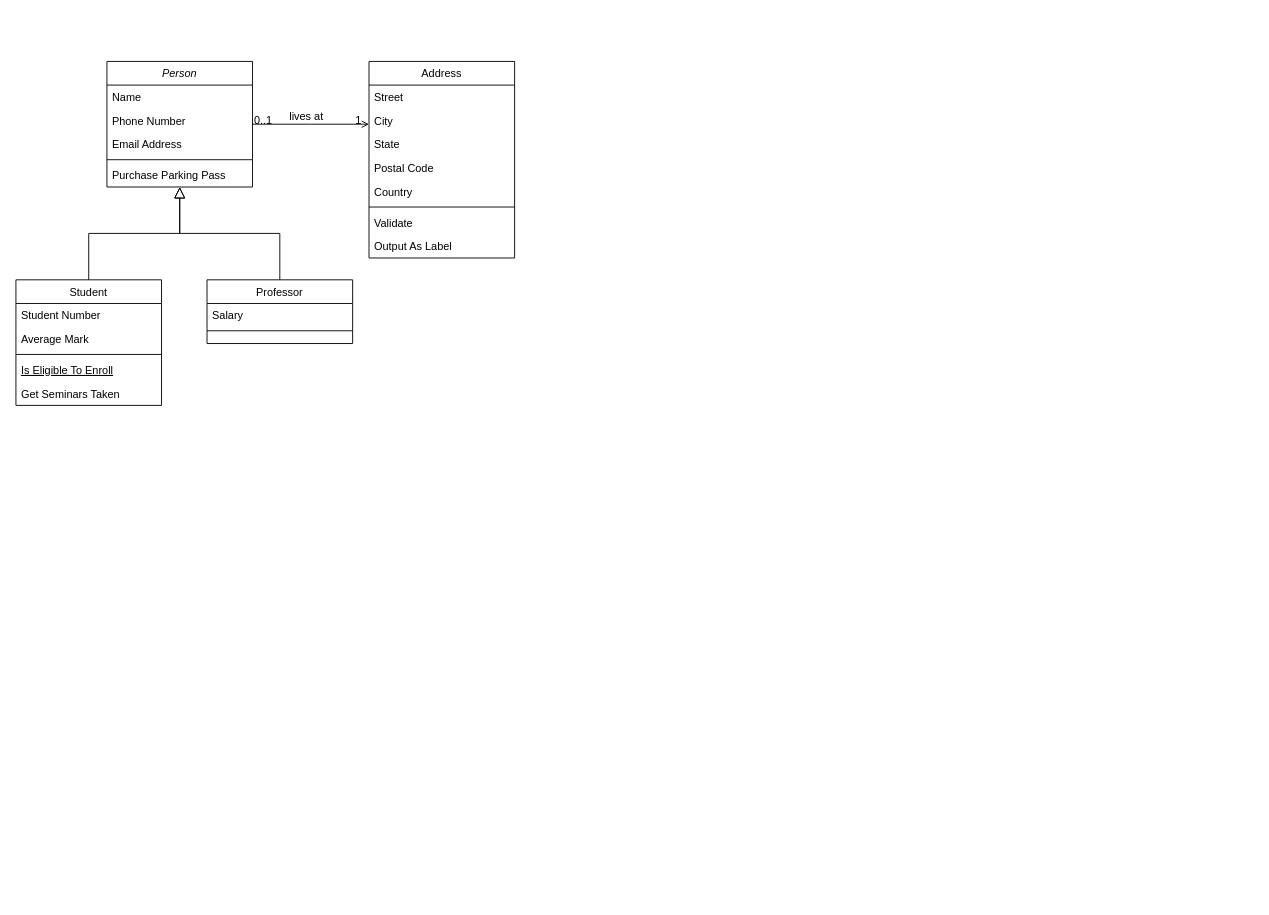
This is interface.drawio from thomaskrut/thomaskrut, a draw.io file, before an edit. Source tidied: cells renumbered, new cells numbered last; positions are measured from the earlier drawing's top-left corner, leaving out a move shared by most shapes. Both pictures are drawn from the tidied source at 91%, with x=0, y=0 at pixel (15, 61).
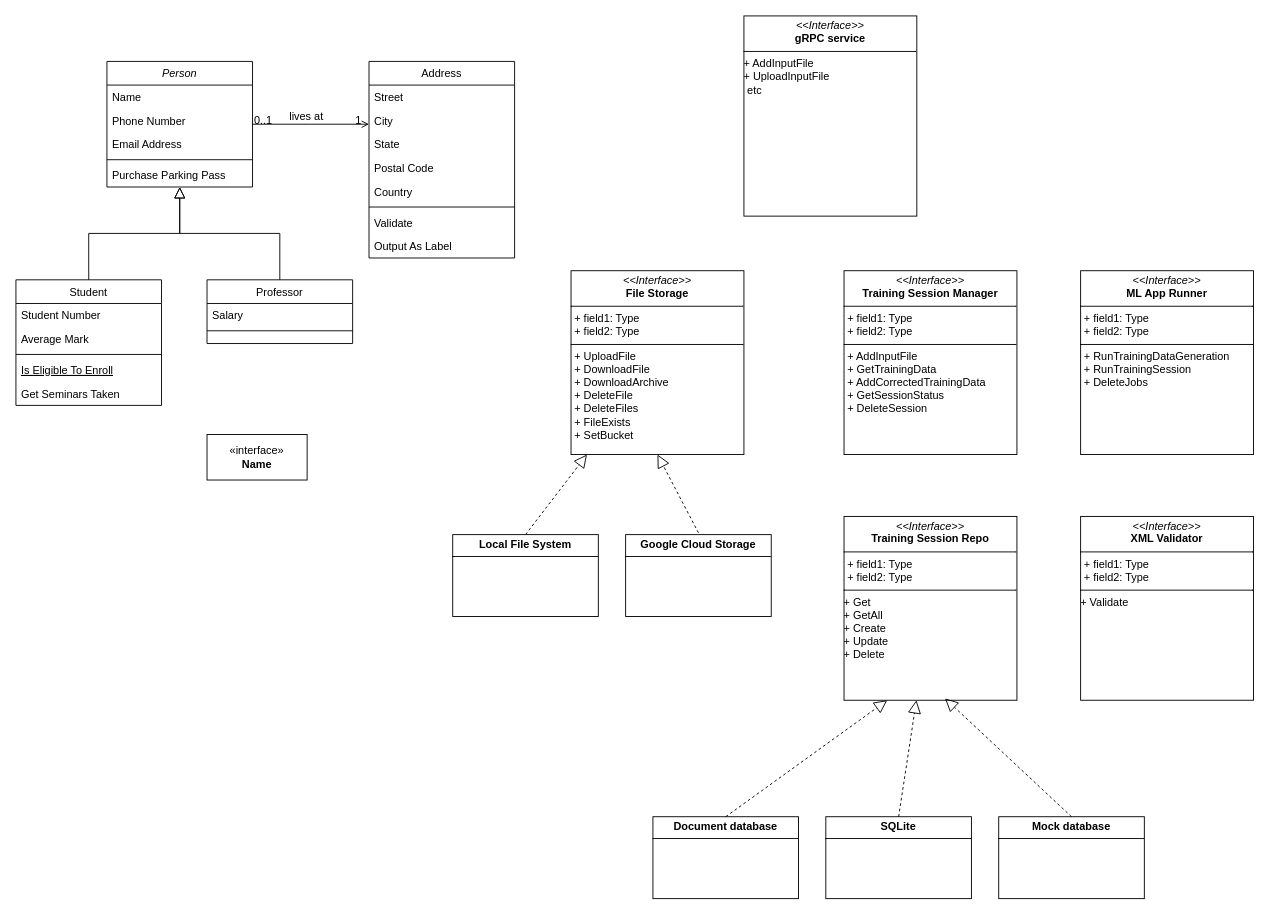
The same diagram, later.

What changed in the source:
```diff
@@
+    <mxCell id="32" value="&amp;laquo;interface&amp;raquo;&lt;br&gt;&lt;b&gt;Name&lt;/b&gt;" style="html=1;whiteSpace=wrap;" parent="1" vertex="1">
+      <mxGeometry x="210" y="410" width="110" height="50" as="geometry" />
+    </mxCell>
+    <mxCell id="33" value="&lt;p style=&quot;margin:0px;margin-top:4px;text-align:center;&quot;&gt;&lt;i&gt;&amp;lt;&amp;lt;Interface&amp;gt;&amp;gt;&lt;/i&gt;&lt;br&gt;&lt;b&gt;gRPC service&lt;/b&gt;&lt;br&gt;&lt;/p&gt;&lt;hr size=&quot;1&quot; style=&quot;border-style:solid;&quot;&gt;&lt;div&gt;+ AddInputFile&lt;/div&gt;&lt;div&gt;+ UploadInputFile&lt;/div&gt;&lt;p style=&quot;margin:0px;margin-left:4px;&quot;&gt;etc&lt;br&gt;&lt;/p&gt;" style="verticalAlign=top;align=left;overflow=fill;html=1;whiteSpace=wrap;" parent="1" vertex="1">
+      <mxGeometry x="800" y="-50" width="190" height="220" as="geometry" />
+    </mxCell>
+    <mxCell id="34" value="&lt;p style=&quot;margin:0px;margin-top:4px;text-align:center;&quot;&gt;&lt;i&gt;&amp;lt;&amp;lt;Interface&amp;gt;&amp;gt;&lt;/i&gt;&lt;br&gt;&lt;b&gt;File Storage&lt;/b&gt;&lt;br&gt;&lt;/p&gt;&lt;hr size=&quot;1&quot; style=&quot;border-style:solid;&quot;&gt;&lt;p style=&quot;margin:0px;margin-left:4px;&quot;&gt;+ field1: Type&lt;br&gt;+ field2: Type&lt;/p&gt;&lt;hr size=&quot;1&quot; style=&quot;border-style:solid;&quot;&gt;&lt;p style=&quot;margin:0px;margin-left:4px;&quot;&gt;+ UploadFile&lt;/p&gt;&lt;p style=&quot;margin:0px;margin-left:4px;&quot;&gt;+ DownloadFile&lt;/p&gt;&lt;p style=&quot;margin:0px;margin-left:4px;&quot;&gt;+ DownloadArchive&lt;/p&gt;&lt;p style=&quot;margin:0px;margin-left:4px;&quot;&gt;+ DeleteFile&lt;/p&gt;&lt;p style=&quot;margin:0px;margin-left:4px;&quot;&gt;+ DeleteFiles&lt;/p&gt;&lt;p style=&quot;margin:0px;margin-left:4px;&quot;&gt;+ FileExists&lt;/p&gt;&lt;p style=&quot;margin:0px;margin-left:4px;&quot;&gt;+ SetBucket&lt;br&gt;&lt;/p&gt;" style="verticalAlign=top;align=left;overflow=fill;html=1;whiteSpace=wrap;" parent="1" vertex="1">
+      <mxGeometry x="610" y="230" width="190" height="202" as="geometry" />
+    </mxCell>
+    <mxCell id="35" value="&lt;p style=&quot;margin:0px;margin-top:4px;text-align:center;&quot;&gt;&lt;i&gt;&amp;lt;&amp;lt;Interface&amp;gt;&amp;gt;&lt;/i&gt;&lt;br&gt;&lt;b&gt;Training Session Manager&lt;/b&gt;&lt;br&gt;&lt;/p&gt;&lt;hr size=&quot;1&quot; style=&quot;border-style:solid;&quot;&gt;&lt;p style=&quot;margin:0px;margin-left:4px;&quot;&gt;+ field1: Type&lt;br&gt;+ field2: Type&lt;/p&gt;&lt;hr size=&quot;1&quot; style=&quot;border-style:solid;&quot;&gt;&lt;p style=&quot;margin:0px;margin-left:4px;&quot;&gt;+ AddInputFile&lt;/p&gt;&lt;p style=&quot;margin:0px;margin-left:4px;&quot;&gt;+ GetTrainingData&lt;/p&gt;&lt;p style=&quot;margin:0px;margin-left:4px;&quot;&gt;+ AddCorrectedTrainingData&lt;/p&gt;&lt;p style=&quot;margin:0px;margin-left:4px;&quot;&gt;+ GetSessionStatus&lt;/p&gt;&lt;p style=&quot;margin:0px;margin-left:4px;&quot;&gt;+ DeleteSession&lt;br&gt;&lt;/p&gt;" style="verticalAlign=top;align=left;overflow=fill;html=1;whiteSpace=wrap;" parent="1" vertex="1">
+      <mxGeometry x="910" y="230" width="190" height="202" as="geometry" />
+    </mxCell>
+    <mxCell id="36" value="&lt;p style=&quot;margin:0px;margin-top:4px;text-align:center;&quot;&gt;&lt;i&gt;&amp;lt;&amp;lt;Interface&amp;gt;&amp;gt;&lt;/i&gt;&lt;br&gt;&lt;b&gt;ML App Runner&lt;/b&gt;&lt;br&gt;&lt;/p&gt;&lt;hr size=&quot;1&quot; style=&quot;border-style:solid;&quot;&gt;&lt;p style=&quot;margin:0px;margin-left:4px;&quot;&gt;+ field1: Type&lt;br&gt;+ field2: Type&lt;/p&gt;&lt;hr size=&quot;1&quot; style=&quot;border-style:solid;&quot;&gt;&lt;p style=&quot;margin:0px;margin-left:4px;&quot;&gt;+ RunTrainingDataGeneration&lt;/p&gt;&lt;p style=&quot;margin:0px;margin-left:4px;&quot;&gt;+ RunTrainingSession&lt;/p&gt;&lt;p style=&quot;margin:0px;margin-left:4px;&quot;&gt;+ DeleteJobs&lt;br&gt;&lt;/p&gt;" style="verticalAlign=top;align=left;overflow=fill;html=1;whiteSpace=wrap;" parent="1" vertex="1">
+      <mxGeometry x="1170" y="230" width="190" height="202" as="geometry" />
+    </mxCell>
+    <mxCell id="37" value="&lt;p style=&quot;margin:0px;margin-top:4px;text-align:center;&quot;&gt;&lt;i&gt;&amp;lt;&amp;lt;Interface&amp;gt;&amp;gt;&lt;/i&gt;&lt;br&gt;&lt;b&gt;Training Session Repo&lt;/b&gt;&lt;br&gt;&lt;/p&gt;&lt;hr size=&quot;1&quot; style=&quot;border-style:solid;&quot;&gt;&lt;p style=&quot;margin:0px;margin-left:4px;&quot;&gt;+ field1: Type&lt;br&gt;+ field2: Type&lt;/p&gt;&lt;hr size=&quot;1&quot; style=&quot;border-style:solid;&quot;&gt;&lt;div&gt;+ Get&lt;/div&gt;&lt;div&gt;+ GetAll&lt;/div&gt;&lt;div&gt;+ Create&lt;/div&gt;&lt;div&gt;+ Update&lt;/div&gt;&lt;div&gt;+ Delete&lt;br&gt;&lt;/div&gt;" style="verticalAlign=top;align=left;overflow=fill;html=1;whiteSpace=wrap;" parent="1" vertex="1">
+      <mxGeometry x="910" y="500" width="190" height="202" as="geometry" />
+    </mxCell>
+    <mxCell id="38" value="&lt;p style=&quot;margin:0px;margin-top:4px;text-align:center;&quot;&gt;&lt;i&gt;&amp;lt;&amp;lt;Interface&amp;gt;&amp;gt;&lt;/i&gt;&lt;br&gt;&lt;b&gt;XML Validator&lt;/b&gt;&lt;br&gt;&lt;/p&gt;&lt;hr size=&quot;1&quot; style=&quot;border-style:solid;&quot;&gt;&lt;p style=&quot;margin:0px;margin-left:4px;&quot;&gt;+ field1: Type&lt;br&gt;+ field2: Type&lt;/p&gt;&lt;hr size=&quot;1&quot; style=&quot;border-style:solid;&quot;&gt;+ Validate" style="verticalAlign=top;align=left;overflow=fill;html=1;whiteSpace=wrap;" parent="1" vertex="1">
+      <mxGeometry x="1170" y="500" width="190" height="202" as="geometry" />
+    </mxCell>
+    <mxCell id="39" style="endArrow=block;dashed=1;endFill=0;endSize=12;html=1;rounded=0;exitX=0.5;exitY=0;exitDx=0;exitDy=0;" parent="1" edge="1" source="40" target="34">
+      <mxGeometry relative="1" as="geometry" />
+    </mxCell>
+    <mxCell id="40" value="&lt;p style=&quot;margin:0px;margin-top:4px;text-align:center;&quot;&gt;&lt;b&gt;Local File System&lt;br&gt;&lt;/b&gt;&lt;/p&gt;&lt;hr size=&quot;1&quot; style=&quot;border-style:solid;&quot;&gt;" style="verticalAlign=top;align=left;overflow=fill;html=1;whiteSpace=wrap;" parent="1" vertex="1">
+      <mxGeometry x="480" y="520" width="160" height="90" as="geometry" />
+    </mxCell>
+    <mxCell id="41" value="&lt;p style=&quot;margin:0px;margin-top:4px;text-align:center;&quot;&gt;&lt;b&gt;Google Cloud Storage&lt;br&gt;&lt;/b&gt;&lt;/p&gt;&lt;hr size=&quot;1&quot; style=&quot;border-style:solid;&quot;&gt;" style="verticalAlign=top;align=left;overflow=fill;html=1;whiteSpace=wrap;" parent="1" vertex="1">
+      <mxGeometry x="670" y="520" width="160" height="90" as="geometry" />
+    </mxCell>
+    <mxCell id="42" style="endArrow=block;dashed=1;endFill=0;endSize=12;html=1;rounded=0;exitX=0.5;exitY=0;exitDx=0;exitDy=0;entryX=0.5;entryY=1;entryDx=0;entryDy=0;" parent="1" edge="1" target="34">
+      <mxGeometry relative="1" as="geometry">
+        <mxPoint x="750" y="518" as="sourcePoint" />
+      </mxGeometry>
+    </mxCell>
+    <mxCell id="43" value="&lt;p style=&quot;margin:0px;margin-top:4px;text-align:center;&quot;&gt;&lt;b&gt;Document database&lt;br&gt;&lt;/b&gt;&lt;/p&gt;&lt;hr size=&quot;1&quot; style=&quot;border-style:solid;&quot;&gt;" style="verticalAlign=top;align=left;overflow=fill;html=1;whiteSpace=wrap;" parent="1" vertex="1">
+      <mxGeometry x="700" y="830" width="160" height="90" as="geometry" />
+    </mxCell>
+    <mxCell id="44" value="&lt;p style=&quot;margin:0px;margin-top:4px;text-align:center;&quot;&gt;&lt;b&gt;SQLite&lt;br&gt;&lt;/b&gt;&lt;/p&gt;&lt;hr size=&quot;1&quot; style=&quot;border-style:solid;&quot;&gt;" style="verticalAlign=top;align=left;overflow=fill;html=1;whiteSpace=wrap;" parent="1" vertex="1">
+      <mxGeometry x="890" y="830" width="160" height="90" as="geometry" />
+    </mxCell>
+    <mxCell id="45" value="&lt;p style=&quot;margin:0px;margin-top:4px;text-align:center;&quot;&gt;&lt;b&gt;Mock database&lt;br&gt;&lt;/b&gt;&lt;/p&gt;&lt;hr size=&quot;1&quot; style=&quot;border-style:solid;&quot;&gt;" style="verticalAlign=top;align=left;overflow=fill;html=1;whiteSpace=wrap;" parent="1" vertex="1">
+      <mxGeometry x="1080" y="830" width="160" height="90" as="geometry" />
+    </mxCell>
+    <mxCell id="46" style="endArrow=block;dashed=1;endFill=0;endSize=12;html=1;rounded=0;exitX=0.5;exitY=0;exitDx=0;exitDy=0;entryX=0.25;entryY=1;entryDx=0;entryDy=0;" parent="1" edge="1" source="43" target="37">
+      <mxGeometry relative="1" as="geometry" />
+    </mxCell>
+    <mxCell id="47" style="endArrow=block;dashed=1;endFill=0;endSize=12;html=1;rounded=0;exitX=0.5;exitY=0;exitDx=0;exitDy=0;" parent="1" edge="1" source="44" target="37">
+      <mxGeometry relative="1" as="geometry" />
+    </mxCell>
+    <mxCell id="48" style="endArrow=block;dashed=1;endFill=0;endSize=12;html=1;rounded=0;exitX=0.5;exitY=0;exitDx=0;exitDy=0;entryX=0.584;entryY=0.99;entryDx=0;entryDy=0;entryPerimeter=0;" parent="1" edge="1" source="45" target="37">
+      <mxGeometry relative="1" as="geometry" />
+    </mxCell>
```
